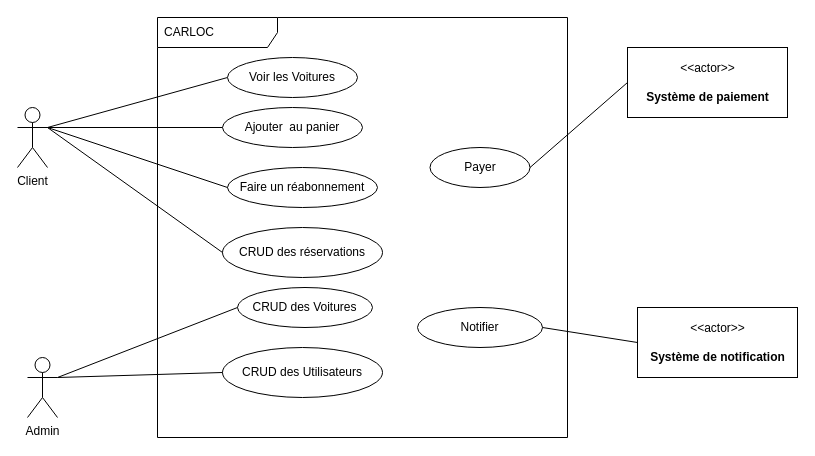
Before: page "Use cases" (1 of 3) of Autres/Etude et analyse de Projet/diagramme.drawio in devviv/CARLOC, a draw.io diagram. Source tidied: cells renumbered, new cells numbered last; positions are measured from the earlier drawing's top-left corner, leaving out a move shared by most shapes. Both pictures are drawn from the tidied source at 100%, with x=0, y=0 at pixel (17, 17).
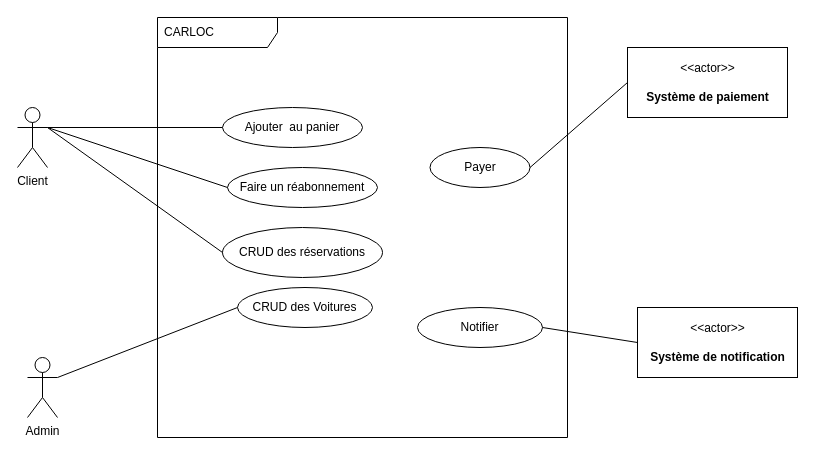
The same page after the edit.

The change refers to these unchanged cells:
```xml
<mxCell id="2" value="Client" style="shape=umlActor;verticalLabelPosition=bottom;verticalAlign=top;html=1;" parent="1" vertex="1">
  <mxGeometry y="90" width="30" height="60" as="geometry" />
</mxCell>
<mxCell id="3" value="Admin" style="shape=umlActor;verticalLabelPosition=bottom;verticalAlign=top;html=1;" parent="1" vertex="1">
  <mxGeometry x="10" y="340" width="30" height="60" as="geometry" />
</mxCell>
```

Change to the diagram source:
```diff
@@
-    <mxCell id="8" style="endArrow=none;html=1;entryX=0;entryY=0.5;entryDx=0;entryDy=0;exitX=1;exitY=0.3333333333333333;exitDx=0;exitDy=0;exitPerimeter=0;" parent="1" edge="1" source="2" target="15">
-      <mxGeometry relative="1" as="geometry" />
-    </mxCell>
@@
-    <mxCell id="11" value="CRUD des Utilisateurs" style="ellipse;whiteSpace=wrap;html=1;" parent="1" vertex="1">
-      <mxGeometry x="205" y="330" width="160" height="50" as="geometry" />
-    </mxCell>
@@
-    <mxCell id="15" value="Voir les Voitures" style="ellipse;whiteSpace=wrap;html=1;" parent="1" vertex="1">
-      <mxGeometry x="210" y="40" width="130" height="40" as="geometry" />
-    </mxCell>
@@
-    <mxCell id="20" style="endArrow=none;html=1;entryX=0;entryY=0.5;entryDx=0;entryDy=0;exitX=1;exitY=0.3333333333333333;exitDx=0;exitDy=0;exitPerimeter=0;" parent="1" edge="1" source="3" target="11">
-      <mxGeometry relative="1" as="geometry" />
-    </mxCell>
```
